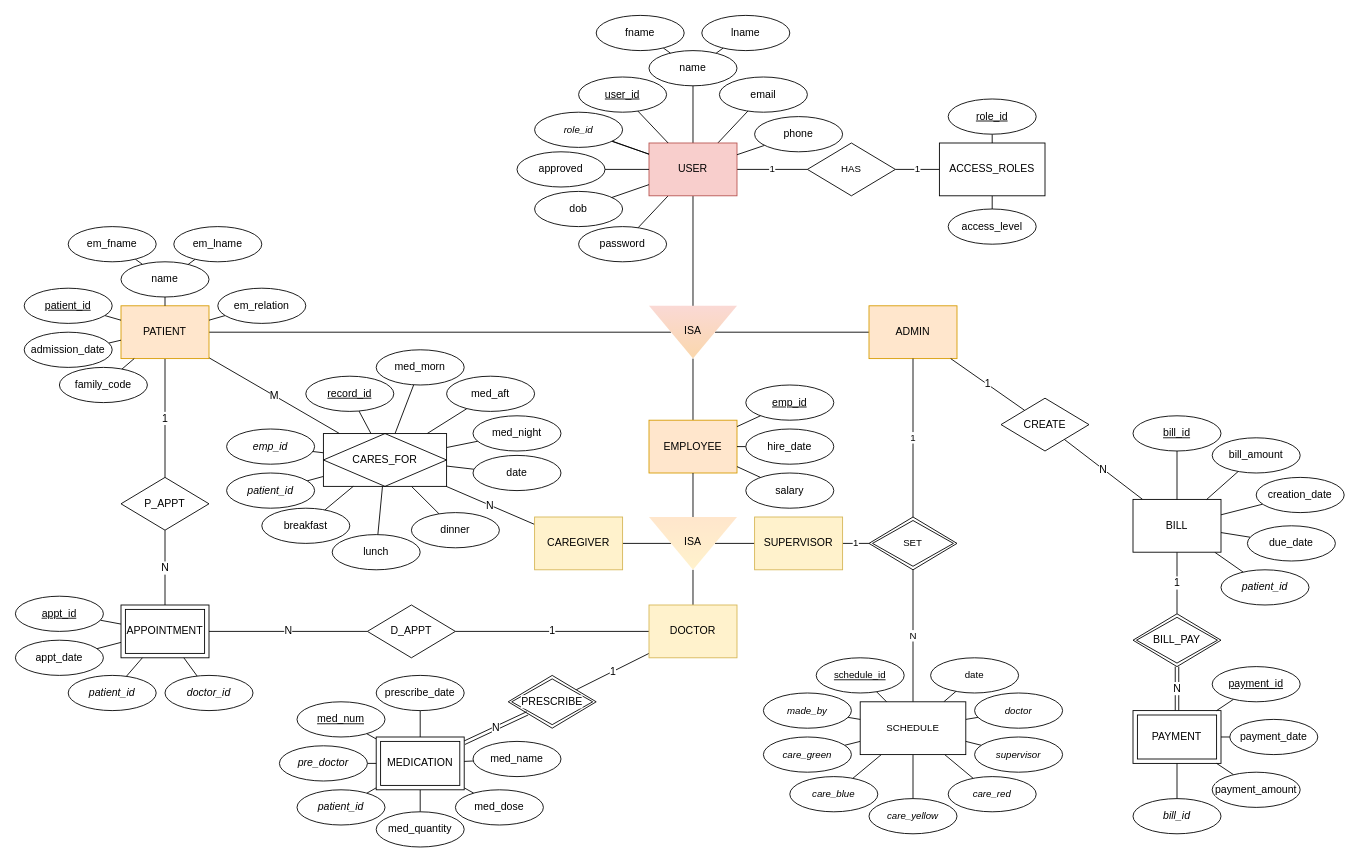
Before: page "Page-1" (1 of 2) of ERD.drawio in emott13/aegis, a draw.io diagram. Source tidied: cells renumbered, new cells numbered last; positions are measured from the earlier drawing's top-left corner, leaving out a move shared by most shapes. Both pictures are drawn from the tidied source at 88%, with x=0, y=0 at pixel (15, 15).
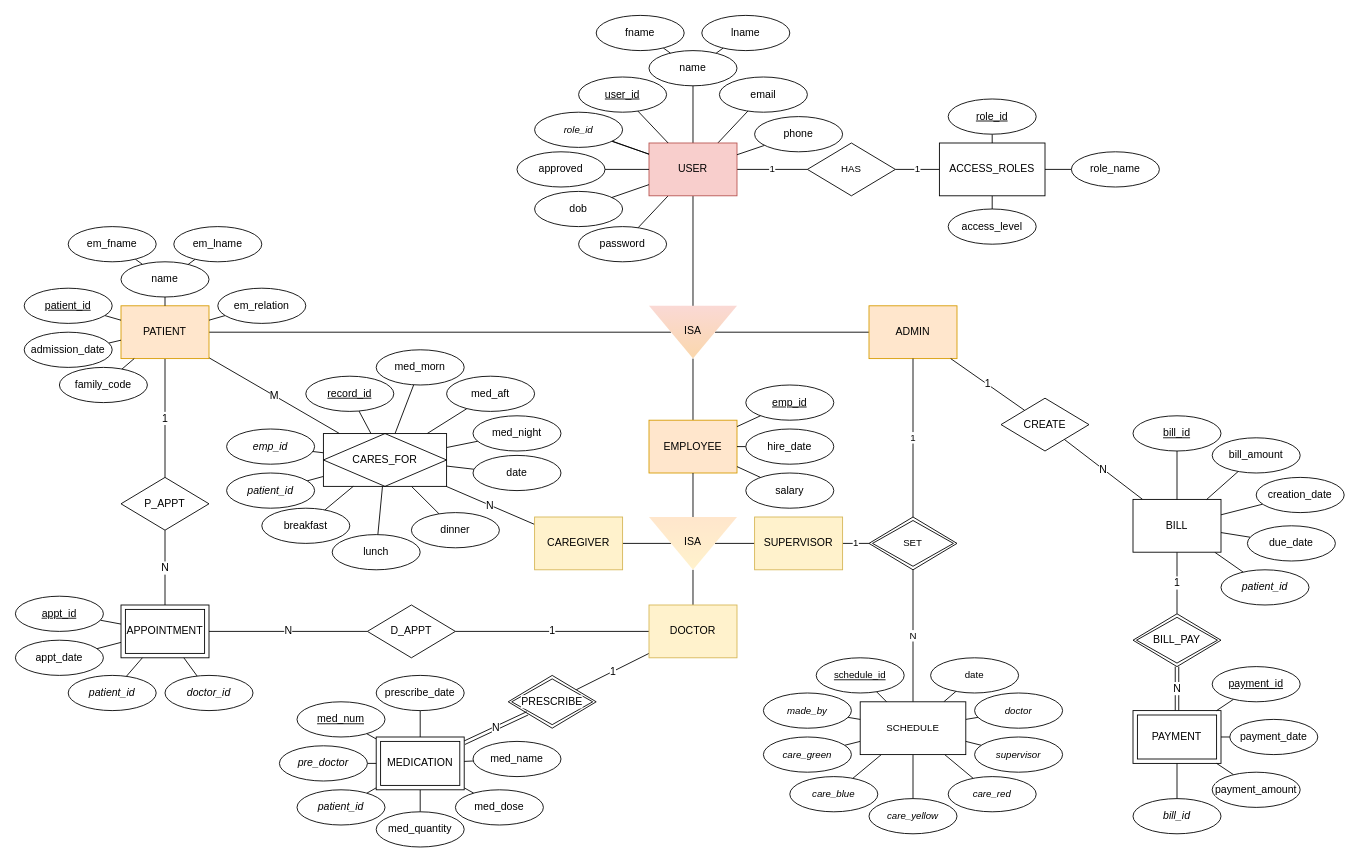
The same diagram, later.

Commit message (it also covers changes not shown here):
added component attribute for name in PATIENT and USER

The change refers to these unchanged cells:
```xml
<mxCell id="166" value="ACCESS_ROLES" style="rounded=0;whiteSpace=wrap;html=1;" parent="1" vertex="1">
  <mxGeometry x="1050" y="145" width="120" height="60" as="geometry" />
</mxCell>
```

Change to the diagram source:
```diff
@@
+    <mxCell id="175" style="edgeStyle=none;shape=connector;rounded=1;html=1;strokeColor=default;align=center;verticalAlign=middle;fontFamily=Helvetica;fontSize=11;fontColor=default;labelBackgroundColor=default;endArrow=none;endFill=0;" parent="1" edge="1" source="176" target="166">
+      <mxGeometry relative="1" as="geometry" />
+    </mxCell>
+    <mxCell id="176" value="role_name" style="ellipse;whiteSpace=wrap;html=1;align=center;" parent="1" vertex="1">
+      <mxGeometry x="1200" y="155" width="100" height="40" as="geometry" />
+    </mxCell>
```
